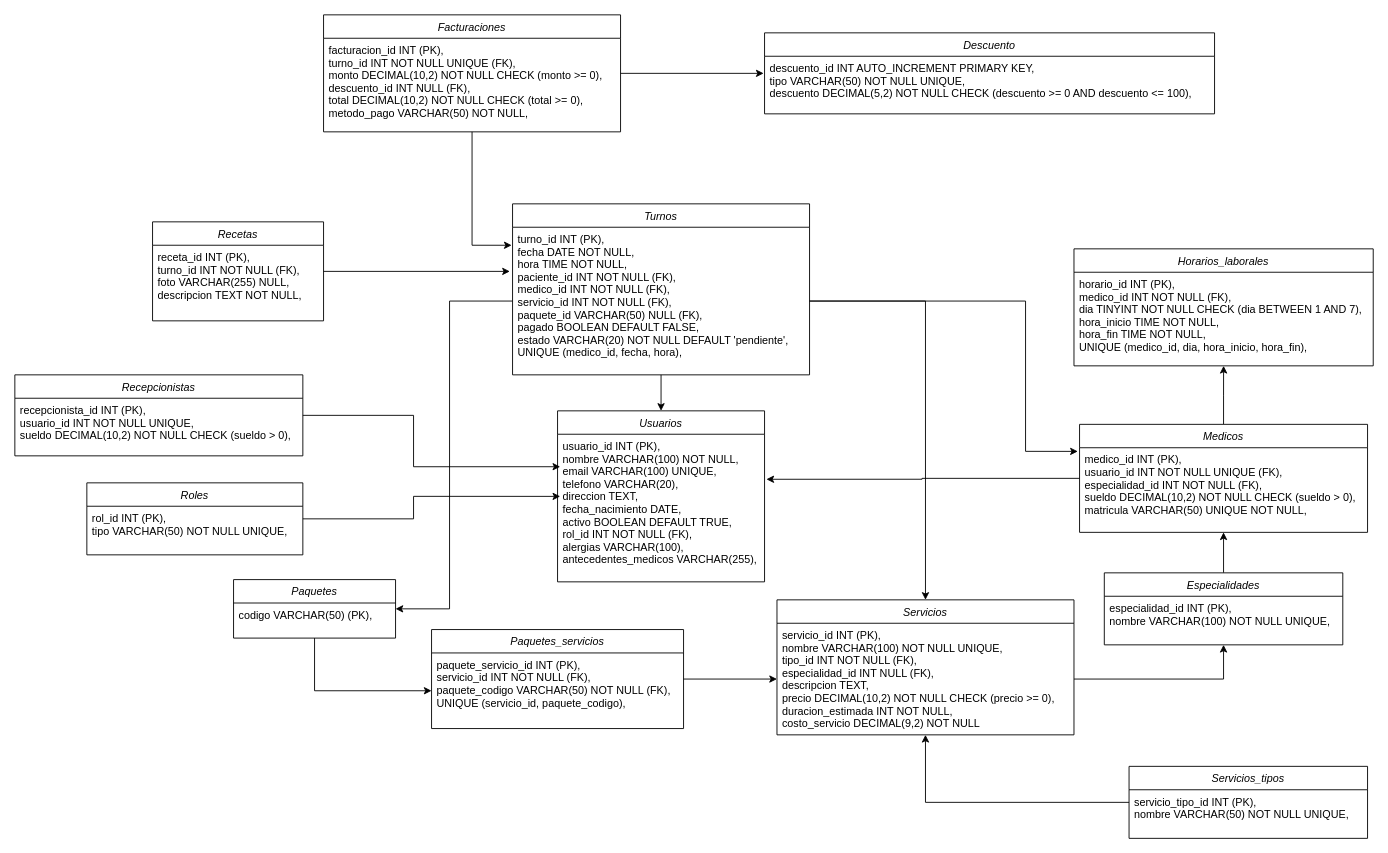
The draw.io diagram Database/DER..drawio in JuanCenturion630/HealthTrack, before the edit. Source tidied: cells renumbered, new cells numbered last; positions are measured from the earlier drawing's top-left corner, leaving out a move shared by most shapes. Both pictures are drawn from the tidied source at 90%, with x=0, y=0 at pixel (14, 14).
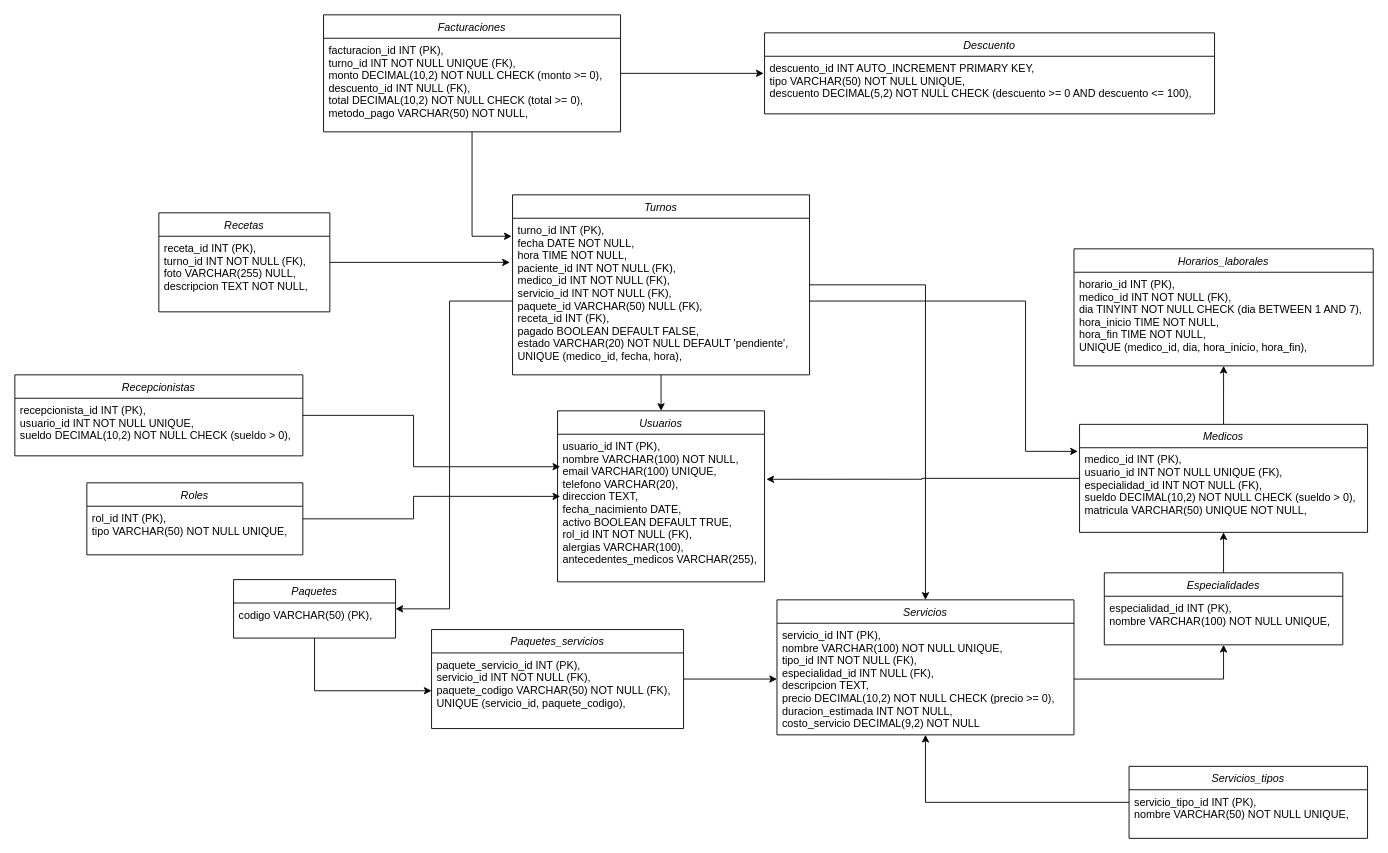
After the change.

Unchanged cells that the change refers to:
```xml
<mxCell id="18" value="Servicios" style="swimlane;fontStyle=2;align=center;verticalAlign=top;horizontal=1;startSize=26;rounded=0;shadow=0;strokeWidth=1;" parent="1" vertex="1">
  <mxGeometry x="846.8" y="650" width="330" height="150" as="geometry" />
</mxCell>
```

The edit, as a diff of the source:
```diff
@@
     <mxCell id="28" value="Turnos" style="swimlane;fontStyle=2;align=center;verticalAlign=top;horizontal=1;startSize=26;rounded=0;shadow=0;strokeWidth=1;" parent="1" vertex="1">
-      <mxGeometry x="553" y="210" width="330" height="190" as="geometry" />
+      <mxGeometry x="553" y="200" width="330" height="200" as="geometry" />
     </mxCell>
-    <mxCell id="29" value="turno_id INT (PK),&#10;fecha DATE NOT NULL,&#10;hora TIME NOT NULL,&#10;paciente_id INT NOT NULL (FK),&#10;medico_id INT NOT NULL (FK),&#10;servicio_id INT NOT NULL (FK),&#10;paquete_id VARCHAR(50) NULL (FK),&#10;pagado BOOLEAN DEFAULT FALSE,&#10;estado VARCHAR(20) NOT NULL DEFAULT 'pendiente',&#10;UNIQUE (medico_id, fecha, hora)," style="text;align=left;verticalAlign=top;spacingLeft=4;spacingRight=4;overflow=hidden;points=[[0,0.5],[1,0.5]];portConstraint=eastwest;" parent="28" vertex="1">
+    <mxCell id="29" value="turno_id INT (PK),&#10;fecha DATE NOT NULL,&#10;hora TIME NOT NULL,&#10;paciente_id INT NOT NULL (FK),&#10;medico_id INT NOT NULL (FK),&#10;servicio_id INT NOT NULL (FK),&#10;paquete_id VARCHAR(50) NULL (FK),&#10;receta_id INT (FK),&#10;pagado BOOLEAN DEFAULT FALSE,&#10;estado VARCHAR(20) NOT NULL DEFAULT 'pendiente',&#10;UNIQUE (medico_id, fecha, hora)," style="text;align=left;verticalAlign=top;spacingLeft=4;spacingRight=4;overflow=hidden;points=[[0,0.5],[1,0.5]];portConstraint=eastwest;" parent="28" vertex="1">
       <mxGeometry y="26" width="330" height="164" as="geometry" />
     </mxCell>
@@
     <mxCell id="31" style="edgeStyle=orthogonalEdgeStyle;rounded=0;jettySize=auto;html=1;entryX=0.5;entryY=0;entryDx=0;entryDy=0;" parent="1" edge="1" source="29" target="18">
-      <mxGeometry relative="1" as="geometry" />
+      <mxGeometry relative="1" as="geometry">
+        <Array as="points">
+          <mxPoint x="1012" y="300" />
+        </Array>
+      </mxGeometry>
     </mxCell>
@@
     <mxCell id="40" value="Recetas" style="swimlane;fontStyle=2;align=center;verticalAlign=top;horizontal=1;startSize=26;rounded=0;shadow=0;strokeWidth=1;" parent="1" vertex="1">
-      <mxGeometry x="153" y="230" width="190" height="110" as="geometry" />
+      <mxGeometry x="160" y="220" width="190" height="110" as="geometry" />
     </mxCell>
```
